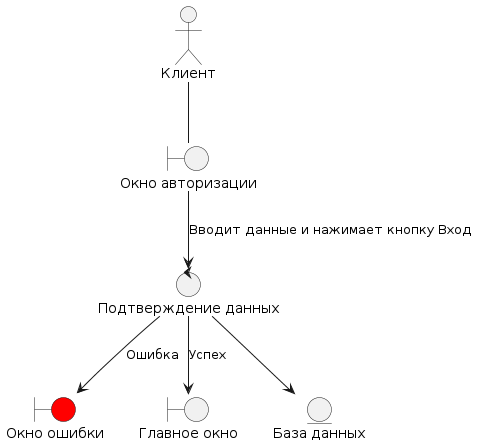
Above: Diagrams/images/Prigodnost/Auth.png in Student7751/CourseWork (PlantUML), before the change. Its diagram source:
```plantuml
@startuml
boundary "Окно авторизации" as entry_window
boundary "Окно ошибки" as error_window #red
boundary "Главное окно" as main_window

actor "Клиент" as user

Entity "База данных" as DB

control "Подтверждение данных" as validation_control

validation_control --> DB

user -- entry_window

entry_window --> validation_control : Вводит данные и нажимает кнопку Вход
validation_control --> main_window: Успех
validation_control --> error_window: Ошибка
@enduml
```
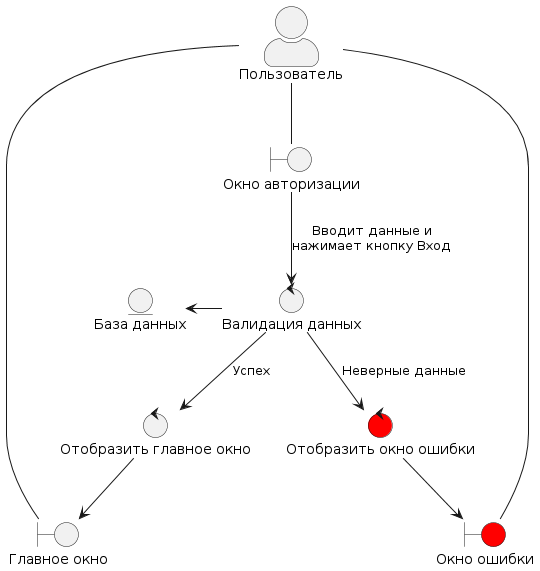
The same diagram one commit later.

What changed in the source:
```diff
@@ -1,19 +1,28 @@
 @startuml
+skinparam actorStyle awesome
+
 boundary "Окно авторизации" as entry_window
 boundary "Окно ошибки" as error_window #red
 boundary "Главное окно" as main_window
 
-actor "Клиент" as user
+actor "Пользователь" as user
 
 Entity "База данных" as DB
 
-control "Подтверждение данных" as validation_control
+control "Валидация данных" as validation_control
+control "Отобразить главное окно" as main_control
 
-validation_control --> DB
+control "Отобразить окно ошибки" as show_error #red
 
-user -- entry_window
+validation_control -left-> DB
 
-entry_window --> validation_control : Вводит данные и нажимает кнопку Вход
-validation_control --> main_window: Успех
-validation_control --> error_window: Ошибка
+user -down- entry_window
+
+entry_window -down-> validation_control : Вводит данные и\nнажимает кнопку Вход
+validation_control --> main_control: Успех
+main_control --> main_window
+validation_control --> show_error : Неверные данные
+show_error --> error_window
+error_window -up- user
+main_window -up- user
 @enduml
```
